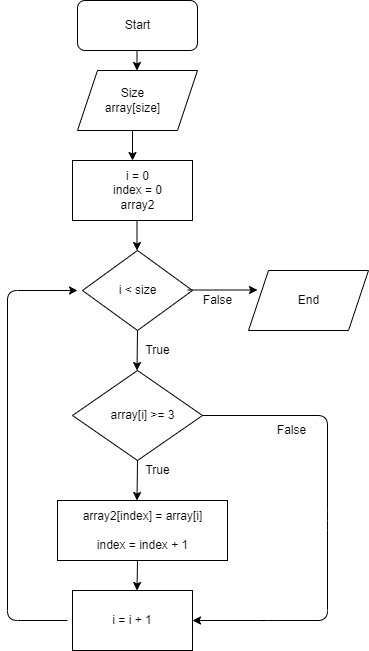
The draw.io diagram blocksh.drawio.png in Anfisskass/Test_3monthes, before a commit. Source tidied: cells renumbered, new cells last; positions are measured from the earlier drawing's top-left corner, leaving out a move shared by most shapes.
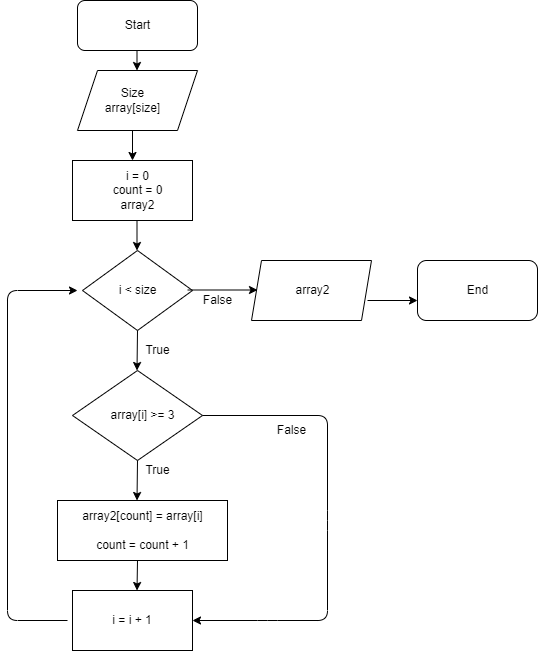
Later version of the same file.

What changed in the source:
```diff
@@ -11,8 +11,8 @@
     <mxCell id="4" style="rhombus;whiteSpace=wrap;html=1;" parent="1" vertex="1">
       <mxGeometry x="75" y="250" width="110" height="80" as="geometry" />
     </mxCell>
-    <mxCell id="5" style="shape=parallelogram;perimeter=parallelogramPerimeter;whiteSpace=wrap;html=1;fixedSize=1;" parent="1" vertex="1">
-      <mxGeometry x="241" y="270" width="120" height="60" as="geometry" />
+    <mxCell id="5" style="shape=parallelogram;perimeter=parallelogramPerimeter;whiteSpace=wrap;html=1;fixedSize=1;size=10;" parent="1" vertex="1">
+      <mxGeometry x="244" y="260" width="120" height="60" as="geometry" />
     </mxCell>
     <mxCell id="6" style="endArrow=classic;html=1;" parent="1" edge="1">
       <mxGeometry relative="1" as="geometry">
@@ -49,8 +49,8 @@
     <mxCell id="13" style="rounded=0;whiteSpace=wrap;html=1;" parent="1" vertex="1">
       <mxGeometry x="65" y="160" width="120" height="60" as="geometry" />
     </mxCell>
-    <mxCell id="14" value="i = 0&lt;br&gt;index = 0&lt;br&gt;array2" style="text;html=1;align=center;verticalAlign=middle;fillColor=none;strokeColor=none;rounded=0;" parent="1" vertex="1">
-      <mxGeometry x="100" y="165" width="60" height="50" as="geometry" />
+    <mxCell id="14" value="i = 0&lt;br&gt;count = 0&lt;br&gt;array2" style="text;html=1;align=center;verticalAlign=middle;fillColor=none;strokeColor=none;rounded=0;" parent="1" vertex="1">
+      <mxGeometry x="95" y="165" width="70" height="50" as="geometry" />
     </mxCell>
     <mxCell id="15" style="endArrow=classic;html=1;" parent="1" edge="1">
       <mxGeometry relative="1" as="geometry">
@@ -70,7 +70,7 @@
     <mxCell id="19" value="array[i] &amp;gt;= 3" style="text;html=1;align=center;verticalAlign=middle;fillColor=none;strokeColor=none;rounded=0;" parent="1" vertex="1">
       <mxGeometry x="95" y="405" width="80" height="20" as="geometry" />
     </mxCell>
-    <mxCell id="20" value="array2[index] = array[i]&lt;br&gt;&lt;br&gt;index = index + 1" style="text;html=1;align=center;verticalAlign=middle;fillColor=none;strokeColor=none;rounded=0;" parent="1" vertex="1">
+    <mxCell id="20" value="array2[count] = array[i]&lt;br&gt;&lt;br&gt;count = count + 1" style="text;html=1;align=center;verticalAlign=middle;fillColor=none;strokeColor=none;rounded=0;" parent="1" vertex="1">
       <mxGeometry x="65" y="505" width="140" height="50" as="geometry" />
     </mxCell>
     <mxCell id="21" style="endArrow=classic;html=1;exitX=0.5;exitY=1;exitDx=0;exitDy=0;" parent="1" edge="1">
@@ -106,7 +106,7 @@
       </mxGeometry>
     </mxCell>
     <mxCell id="25" value="End" style="text;html=1;align=center;verticalAlign=middle;fillColor=none;strokeColor=none;rounded=0;" parent="1" vertex="1">
-      <mxGeometry x="281" y="290" width="40" height="20" as="geometry" />
+      <mxGeometry x="500" y="280" width="40" height="20" as="geometry" />
     </mxCell>
     <mxCell id="26" value="True" style="text;html=1;align=center;verticalAlign=middle;fillColor=none;strokeColor=none;rounded=0;" parent="1" vertex="1">
       <mxGeometry x="130" y="340" width="40" height="20" as="geometry" />
@@ -120,5 +120,20 @@
     <mxCell id="29" value="False" style="text;html=1;align=center;verticalAlign=middle;fillColor=none;strokeColor=none;rounded=0;" parent="1" vertex="1">
       <mxGeometry x="264" y="420" width="40" height="20" as="geometry" />
     </mxCell>
+    <mxCell id="30" style="rounded=1;whiteSpace=wrap;html=1;" parent="1" vertex="1">
+      <mxGeometry x="410" y="260" width="120" height="60" as="geometry" />
+    </mxCell>
+    <mxCell id="31" value="array2" style="text;html=1;align=center;verticalAlign=middle;fillColor=none;strokeColor=none;rounded=0;" parent="1" vertex="1">
+      <mxGeometry x="280" y="280" width="50" height="20" as="geometry" />
+    </mxCell>
+    <mxCell id="32" style="endArrow=classic;html=1;" parent="1" edge="1">
+      <mxGeometry relative="1" as="geometry">
+        <mxPoint x="360" y="300" as="sourcePoint" />
+        <mxPoint x="410" y="300" as="targetPoint" />
+      </mxGeometry>
+    </mxCell>
+    <mxCell id="33" value="End" style="text;html=1;align=center;verticalAlign=middle;fillColor=none;strokeColor=none;rounded=0;" parent="1" vertex="1">
+      <mxGeometry x="450" y="280" width="40" height="20" as="geometry" />
+    </mxCell>
   </root>
 </mxGraphModel>
```
